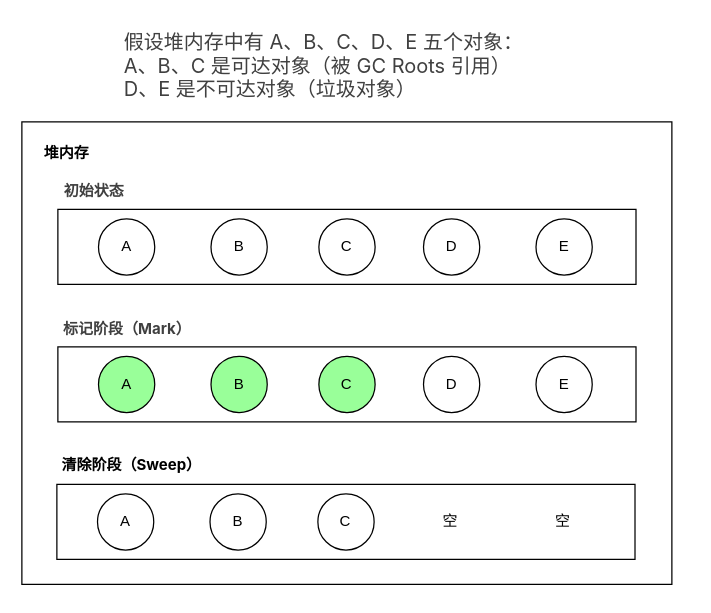
Earlier version of the draw.io diagram algorithm/标记-清除算法.drawio (abigalexy/online_drawing). Source tidied: cells renumbered, new cells numbered last; positions are measured from the earlier drawing's top-left corner, leaving out a move shared by most shapes. Both pictures are drawn from the tidied source at 125%, with x=0, y=0 at pixel (21, 21).
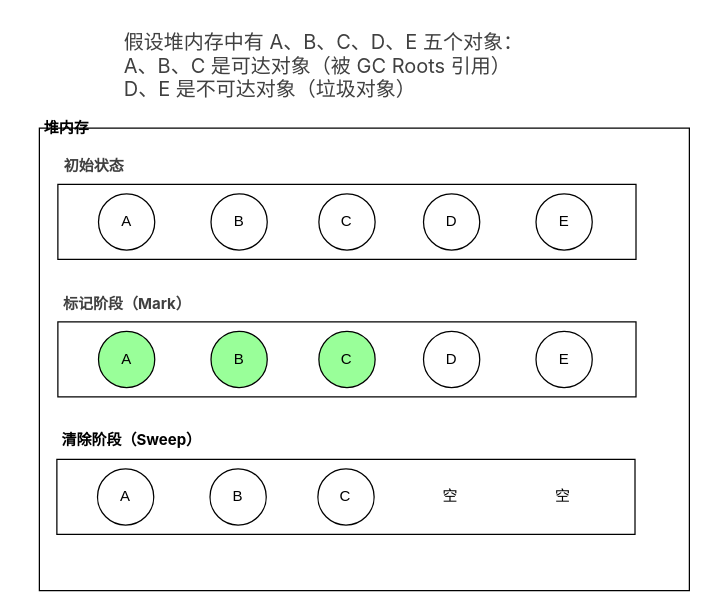
The same diagram, later.

Commit message:
已添加 标记-清除算法.drawio

The edit, as a diff of the source:
```diff
@@
-    <mxCell id="2" style="rounded=0;whiteSpace=wrap;html=1;" parent="1" vertex="1">
-      <mxGeometry y="80" width="520" height="370" as="geometry" />
-    </mxCell>
+    <mxCell id="19" value="&lt;p style=&quot;margin: calc(var(--ds-md-zoom)*12px)0; font-size: 16.002px; line-height: var(--ds-md-line-height); color: rgb(64, 64, 64); font-family: quote-cjk-patch, Inter, system-ui, -apple-system, BlinkMacSystemFont, &amp;quot;Segoe UI&amp;quot;, Roboto, &amp;quot;Noto Sans&amp;quot;, Ubuntu, Cantarell, &amp;quot;Helvetica Neue&amp;quot;, Oxygen, &amp;quot;Open Sans&amp;quot;, sans-serif; background-color: rgb(255, 255, 255);&quot; class=&quot;ds-markdown-paragraph&quot;&gt;假设堆内存中有&amp;nbsp;A、B、C、D、E&amp;nbsp;五个对象：&lt;/p&gt;&lt;p style=&quot;margin: calc(var(--ds-md-zoom)*12px)0; font-size: 16.002px; line-height: var(--ds-md-line-height); color: rgb(64, 64, 64); font-family: quote-cjk-patch, Inter, system-ui, -apple-system, BlinkMacSystemFont, &amp;quot;Segoe UI&amp;quot;, Roboto, &amp;quot;Noto Sans&amp;quot;, Ubuntu, Cantarell, &amp;quot;Helvetica Neue&amp;quot;, Oxygen, &amp;quot;Open Sans&amp;quot;, sans-serif; background-color: rgb(255, 255, 255);&quot; class=&quot;ds-markdown-paragraph&quot;&gt;&lt;span style=&quot;font-size: var(--ds-md-font-size);&quot;&gt;A、B、C&amp;nbsp;是可达对象（被 GC Roots 引用）&lt;/span&gt;&lt;/p&gt;&lt;p style=&quot;margin: calc(var(--ds-md-zoom)*12px)0; font-size: 16.002px; line-height: var(--ds-md-line-height); color: rgb(64, 64, 64); font-family: quote-cjk-patch, Inter, system-ui, -apple-system, BlinkMacSystemFont, &amp;quot;Segoe UI&amp;quot;, Roboto, &amp;quot;Noto Sans&amp;quot;, Ubuntu, Cantarell, &amp;quot;Helvetica Neue&amp;quot;, Oxygen, &amp;quot;Open Sans&amp;quot;, sans-serif; background-color: rgb(255, 255, 255);&quot; class=&quot;ds-markdown-paragraph&quot;&gt;&lt;span style=&quot;font-size: var(--ds-md-font-size);&quot;&gt;D、E&amp;nbsp;是不可达对象（垃圾对象）&lt;/span&gt;&lt;/p&gt;" style="text;strokeColor=none;align=left;fillColor=none;html=1;verticalAlign=middle;whiteSpace=wrap;rounded=0;" parent="1" vertex="1">
+      <mxGeometry x="80" width="360" height="70" as="geometry" />
+    </mxCell>
+    <mxCell id="42" style="group;" parent="1" vertex="1">
+      <mxGeometry y="60" width="520" height="370" as="geometry" />
+    </mxCell>
+    <mxCell id="43" style="rounded=0;whiteSpace=wrap;html=1;" parent="42" vertex="1">
+      <mxGeometry x="14" y="25" width="520" height="370" as="geometry" />
+    </mxCell>
-    <mxCell id="3" value="&lt;b&gt;堆内存&lt;/b&gt;" style="text;strokeColor=none;align=center;fillColor=none;html=1;verticalAlign=middle;whiteSpace=wrap;rounded=0;" parent="1" vertex="1">
-      <mxGeometry x="6" y="90" width="60" height="30" as="geometry" />
+    <mxCell id="3" value="&lt;b&gt;堆内存&lt;/b&gt;" style="text;strokeColor=none;align=center;fillColor=none;html=1;verticalAlign=middle;whiteSpace=wrap;rounded=0;" parent="42" vertex="1">
+      <mxGeometry x="6" y="10" width="60" height="30" as="geometry" />
     </mxCell>
-    <mxCell id="4" style="group;" parent="1" vertex="1">
-      <mxGeometry x="28.8" y="150" width="462.5" height="60" as="geometry" />
-    </mxCell>
-    <mxCell id="5" style="rounded=0;whiteSpace=wrap;html=1;" parent="4" vertex="1">
-      <mxGeometry width="462.5" height="60" as="geometry" />
-    </mxCell>
-    <mxCell id="6" style="ellipse;whiteSpace=wrap;html=1;" parent="4" vertex="1">
-      <mxGeometry x="32.5" y="7.5" width="45" height="45" as="geometry" />
-    </mxCell>
-    <mxCell id="7" style="ellipse;whiteSpace=wrap;html=1;" parent="4" vertex="1">
-      <mxGeometry x="122.5" y="7.5" width="45" height="45" as="geometry" />
-    </mxCell>
-    <mxCell id="8" style="ellipse;whiteSpace=wrap;html=1;" parent="4" vertex="1">
-      <mxGeometry x="208.8" y="7.5" width="45" height="45" as="geometry" />
-    </mxCell>
-    <mxCell id="9" style="ellipse;whiteSpace=wrap;html=1;" parent="4" vertex="1">
-      <mxGeometry x="292.5" y="7.5" width="45" height="45" as="geometry" />
-    </mxCell>
-    <mxCell id="10" style="ellipse;whiteSpace=wrap;html=1;" parent="4" vertex="1">
-      <mxGeometry x="382.5" y="7.5" width="45" height="45" as="geometry" />
-    </mxCell>
-    <mxCell id="11" value="A" style="text;strokeColor=none;align=center;fillColor=none;html=1;verticalAlign=middle;whiteSpace=wrap;rounded=0;" parent="4" vertex="1">
-      <mxGeometry x="40" y="15" width="30" height="30" as="geometry" />
-    </mxCell>
-    <mxCell id="12" value="B" style="text;strokeColor=none;align=center;fillColor=none;html=1;verticalAlign=middle;whiteSpace=wrap;rounded=0;" parent="4" vertex="1">
-      <mxGeometry x="130" y="15" width="30" height="30" as="geometry" />
-    </mxCell>
-    <mxCell id="13" value="C" style="text;strokeColor=none;align=center;fillColor=none;html=1;verticalAlign=middle;whiteSpace=wrap;rounded=0;" parent="4" vertex="1">
-      <mxGeometry x="216.2" y="15" width="30" height="30" as="geometry" />
-    </mxCell>
-    <mxCell id="14" value="D" style="text;strokeColor=none;align=center;fillColor=none;html=1;verticalAlign=middle;whiteSpace=wrap;rounded=0;" parent="4" vertex="1">
-      <mxGeometry x="300" y="15" width="30" height="30" as="geometry" />
-    </mxCell>
-    <mxCell id="15" value="E" style="text;strokeColor=none;align=center;fillColor=none;html=1;verticalAlign=middle;whiteSpace=wrap;rounded=0;" parent="4" vertex="1">
-      <mxGeometry x="390" y="15" width="30" height="30" as="geometry" />
-    </mxCell>
+    <mxCell id="44" style="group;" parent="42" vertex="1">
+      <mxGeometry x="28.8" y="70" width="462.5" height="60" as="geometry" />
+    </mxCell>
+    <mxCell id="45" style="rounded=0;whiteSpace=wrap;html=1;" parent="44" vertex="1">
+      <mxGeometry width="462.5" height="60" as="geometry" />
+    </mxCell>
+    <mxCell id="46" style="ellipse;whiteSpace=wrap;html=1;" parent="44" vertex="1">
+      <mxGeometry x="32.5" y="7.5" width="45" height="45" as="geometry" />
+    </mxCell>
+    <mxCell id="47" style="ellipse;whiteSpace=wrap;html=1;" parent="44" vertex="1">
+      <mxGeometry x="122.5" y="7.5" width="45" height="45" as="geometry" />
+    </mxCell>
+    <mxCell id="48" style="ellipse;whiteSpace=wrap;html=1;" parent="44" vertex="1">
+      <mxGeometry x="208.8" y="7.5" width="45" height="45" as="geometry" />
+    </mxCell>
+    <mxCell id="49" style="ellipse;whiteSpace=wrap;html=1;" parent="44" vertex="1">
+      <mxGeometry x="292.5" y="7.5" width="45" height="45" as="geometry" />
+    </mxCell>
+    <mxCell id="50" style="ellipse;whiteSpace=wrap;html=1;" parent="44" vertex="1">
+      <mxGeometry x="382.5" y="7.5" width="45" height="45" as="geometry" />
+    </mxCell>
+    <mxCell id="51" value="A" style="text;strokeColor=none;align=center;fillColor=none;html=1;verticalAlign=middle;whiteSpace=wrap;rounded=0;" parent="44" vertex="1">
+      <mxGeometry x="40" y="15" width="30" height="30" as="geometry" />
+    </mxCell>
+    <mxCell id="52" value="B" style="text;strokeColor=none;align=center;fillColor=none;html=1;verticalAlign=middle;whiteSpace=wrap;rounded=0;" parent="44" vertex="1">
+      <mxGeometry x="130" y="15" width="30" height="30" as="geometry" />
+    </mxCell>
+    <mxCell id="53" value="C" style="text;strokeColor=none;align=center;fillColor=none;html=1;verticalAlign=middle;whiteSpace=wrap;rounded=0;" parent="44" vertex="1">
+      <mxGeometry x="216.2" y="15" width="30" height="30" as="geometry" />
+    </mxCell>
+    <mxCell id="54" value="D" style="text;strokeColor=none;align=center;fillColor=none;html=1;verticalAlign=middle;whiteSpace=wrap;rounded=0;" parent="44" vertex="1">
+      <mxGeometry x="300" y="15" width="30" height="30" as="geometry" />
+    </mxCell>
+    <mxCell id="55" value="E" style="text;strokeColor=none;align=center;fillColor=none;html=1;verticalAlign=middle;whiteSpace=wrap;rounded=0;" parent="44" vertex="1">
+      <mxGeometry x="390" y="15" width="30" height="30" as="geometry" />
+    </mxCell>
-    <mxCell id="16" value="&lt;h3 style=&quot;line-height: 1.5; margin: calc(var(--ds-md-zoom)*16px)0 calc(var(--ds-md-zoom)*12px)0; text-align: start; background-color: rgb(255, 255, 255); color: rgb(64, 64, 64);&quot;&gt;&lt;font face=&quot;quote-cjk-patch, Inter, system-ui, -apple-system, BlinkMacSystemFont, Segoe UI, Roboto, Noto Sans, Ubuntu, Cantarell, Helvetica Neue, Oxygen, Open Sans, sans-serif&quot; color=&quot;#404040&quot;&gt;&lt;span style=&quot;font-size: 12px;&quot;&gt;初始状态&lt;/span&gt;&lt;/font&gt;&lt;br&gt;&lt;/h3&gt;" style="text;strokeColor=none;align=center;fillColor=none;html=1;verticalAlign=middle;whiteSpace=wrap;rounded=0;" parent="1" vertex="1">
-      <mxGeometry x="28" y="120" width="60" height="30" as="geometry" />
+    <mxCell id="16" value="&lt;h3 style=&quot;line-height: 1.5; margin: calc(var(--ds-md-zoom)*16px)0 calc(var(--ds-md-zoom)*12px)0; text-align: start; background-color: rgb(255, 255, 255); color: rgb(64, 64, 64);&quot;&gt;&lt;font face=&quot;quote-cjk-patch, Inter, system-ui, -apple-system, BlinkMacSystemFont, Segoe UI, Roboto, Noto Sans, Ubuntu, Cantarell, Helvetica Neue, Oxygen, Open Sans, sans-serif&quot; color=&quot;#404040&quot;&gt;&lt;span style=&quot;font-size: 12px;&quot;&gt;初始状态&lt;/span&gt;&lt;/font&gt;&lt;br&gt;&lt;/h3&gt;" style="text;strokeColor=none;align=center;fillColor=none;html=1;verticalAlign=middle;whiteSpace=wrap;rounded=0;" parent="42" vertex="1">
+      <mxGeometry x="28" y="40" width="60" height="30" as="geometry" />
     </mxCell>
-    <mxCell id="17" value="&lt;h3 style=&quot;line-height: 1.5; margin: calc(var(--ds-md-zoom)*16px)0 calc(var(--ds-md-zoom)*12px)0; text-align: start; background-color: rgb(255, 255, 255); color: rgb(64, 64, 64);&quot;&gt;&lt;font face=&quot;quote-cjk-patch, Inter, system-ui, -apple-system, BlinkMacSystemFont, Segoe UI, Roboto, Noto Sans, Ubuntu, Cantarell, Helvetica Neue, Oxygen, Open Sans, sans-serif&quot; color=&quot;#404040&quot;&gt;&lt;span style=&quot;font-size: 12px;&quot;&gt;标记阶段（Mark）&lt;/span&gt;&lt;/font&gt;&lt;br&gt;&lt;/h3&gt;" style="text;strokeColor=none;align=center;fillColor=none;html=1;verticalAlign=middle;whiteSpace=wrap;rounded=0;" parent="1" vertex="1">
-      <mxGeometry x="28" y="230" width="112.5" height="30" as="geometry" />
+    <mxCell id="17" value="&lt;h3 style=&quot;line-height: 1.5; margin: calc(var(--ds-md-zoom)*16px)0 calc(var(--ds-md-zoom)*12px)0; text-align: start; background-color: rgb(255, 255, 255); color: rgb(64, 64, 64);&quot;&gt;&lt;font face=&quot;quote-cjk-patch, Inter, system-ui, -apple-system, BlinkMacSystemFont, Segoe UI, Roboto, Noto Sans, Ubuntu, Cantarell, Helvetica Neue, Oxygen, Open Sans, sans-serif&quot; color=&quot;#404040&quot;&gt;&lt;span style=&quot;font-size: 12px;&quot;&gt;标记阶段（Mark）&lt;/span&gt;&lt;/font&gt;&lt;br&gt;&lt;/h3&gt;" style="text;strokeColor=none;align=center;fillColor=none;html=1;verticalAlign=middle;whiteSpace=wrap;rounded=0;" parent="42" vertex="1">
+      <mxGeometry x="28" y="150" width="112.5" height="30" as="geometry" />
     </mxCell>
-    <mxCell id="18" value="&lt;font face=&quot;quote-cjk-patch, Inter, system-ui, -apple-system, BlinkMacSystemFont, Segoe UI, Roboto, Noto Sans, Ubuntu, Cantarell, Helvetica Neue, Oxygen, Open Sans, sans-serif&quot;&gt;&lt;b&gt;清除阶段（Sweep）&lt;/b&gt;&lt;/font&gt;" style="text;strokeColor=none;align=center;fillColor=none;html=1;verticalAlign=middle;whiteSpace=wrap;rounded=0;" parent="1" vertex="1">
-      <mxGeometry x="28" y="340" width="120" height="30" as="geometry" />
+    <mxCell id="18" value="&lt;font face=&quot;quote-cjk-patch, Inter, system-ui, -apple-system, BlinkMacSystemFont, Segoe UI, Roboto, Noto Sans, Ubuntu, Cantarell, Helvetica Neue, Oxygen, Open Sans, sans-serif&quot;&gt;&lt;b&gt;清除阶段（Sweep）&lt;/b&gt;&lt;/font&gt;" style="text;strokeColor=none;align=center;fillColor=none;html=1;verticalAlign=middle;whiteSpace=wrap;rounded=0;" parent="42" vertex="1">
+      <mxGeometry x="28" y="260" width="120" height="30" as="geometry" />
     </mxCell>
-    <mxCell id="19" value="&lt;p style=&quot;margin: calc(var(--ds-md-zoom)*12px)0; font-size: 16.002px; line-height: var(--ds-md-line-height); color: rgb(64, 64, 64); font-family: quote-cjk-patch, Inter, system-ui, -apple-system, BlinkMacSystemFont, &amp;quot;Segoe UI&amp;quot;, Roboto, &amp;quot;Noto Sans&amp;quot;, Ubuntu, Cantarell, &amp;quot;Helvetica Neue&amp;quot;, Oxygen, &amp;quot;Open Sans&amp;quot;, sans-serif; background-color: rgb(255, 255, 255);&quot; class=&quot;ds-markdown-paragraph&quot;&gt;假设堆内存中有&amp;nbsp;A、B、C、D、E&amp;nbsp;五个对象：&lt;/p&gt;&lt;p style=&quot;margin: calc(var(--ds-md-zoom)*12px)0; font-size: 16.002px; line-height: var(--ds-md-line-height); color: rgb(64, 64, 64); font-family: quote-cjk-patch, Inter, system-ui, -apple-system, BlinkMacSystemFont, &amp;quot;Segoe UI&amp;quot;, Roboto, &amp;quot;Noto Sans&amp;quot;, Ubuntu, Cantarell, &amp;quot;Helvetica Neue&amp;quot;, Oxygen, &amp;quot;Open Sans&amp;quot;, sans-serif; background-color: rgb(255, 255, 255);&quot; class=&quot;ds-markdown-paragraph&quot;&gt;&lt;span style=&quot;font-size: var(--ds-md-font-size);&quot;&gt;A、B、C&amp;nbsp;是可达对象（被 GC Roots 引用）&lt;/span&gt;&lt;/p&gt;&lt;p style=&quot;margin: calc(var(--ds-md-zoom)*12px)0; font-size: 16.002px; line-height: var(--ds-md-line-height); color: rgb(64, 64, 64); font-family: quote-cjk-patch, Inter, system-ui, -apple-system, BlinkMacSystemFont, &amp;quot;Segoe UI&amp;quot;, Roboto, &amp;quot;Noto Sans&amp;quot;, Ubuntu, Cantarell, &amp;quot;Helvetica Neue&amp;quot;, Oxygen, &amp;quot;Open Sans&amp;quot;, sans-serif; background-color: rgb(255, 255, 255);&quot; class=&quot;ds-markdown-paragraph&quot;&gt;&lt;span style=&quot;font-size: var(--ds-md-font-size);&quot;&gt;D、E&amp;nbsp;是不可达对象（垃圾对象）&lt;/span&gt;&lt;/p&gt;" style="text;strokeColor=none;align=left;fillColor=none;html=1;verticalAlign=middle;whiteSpace=wrap;rounded=0;" parent="1" vertex="1">
-      <mxGeometry x="80" width="360" height="70" as="geometry" />
-    </mxCell>
-    <mxCell id="20" style="group;" parent="1" vertex="1">
-      <mxGeometry x="28.8" y="260" width="462.5" height="60" as="geometry" />
-    </mxCell>
-    <mxCell id="21" style="rounded=0;whiteSpace=wrap;html=1;" parent="20" vertex="1">
-      <mxGeometry width="462.5" height="60" as="geometry" />
-    </mxCell>
+    <mxCell id="56" style="group;" parent="42" vertex="1">
+      <mxGeometry x="28.8" y="180" width="462.5" height="60" as="geometry" />
+    </mxCell>
+    <mxCell id="57" style="rounded=0;whiteSpace=wrap;html=1;" parent="56" vertex="1">
+      <mxGeometry width="462.5" height="60" as="geometry" />
+    </mxCell>
-    <mxCell id="22" style="ellipse;whiteSpace=wrap;html=1;fillColor=#99FF99;" parent="20" vertex="1">
+    <mxCell id="22" style="ellipse;whiteSpace=wrap;html=1;fillColor=#99FF99;" parent="56" vertex="1">
       <mxGeometry x="32.5" y="7.5" width="45" height="45" as="geometry" />
     </mxCell>
-    <mxCell id="23" style="ellipse;whiteSpace=wrap;html=1;fillColor=#99FF99;" parent="20" vertex="1">
+    <mxCell id="23" style="ellipse;whiteSpace=wrap;html=1;fillColor=#99FF99;" parent="56" vertex="1">
       <mxGeometry x="122.5" y="7.5" width="45" height="45" as="geometry" />
     </mxCell>
-    <mxCell id="24" style="ellipse;whiteSpace=wrap;html=1;fillColor=#99FF99;" parent="20" vertex="1">
+    <mxCell id="24" style="ellipse;whiteSpace=wrap;html=1;fillColor=#99FF99;" parent="56" vertex="1">
       <mxGeometry x="208.8" y="7.5" width="45" height="45" as="geometry" />
     </mxCell>
-    <mxCell id="25" style="ellipse;whiteSpace=wrap;html=1;" parent="20" vertex="1">
-      <mxGeometry x="292.5" y="7.5" width="45" height="45" as="geometry" />
-    </mxCell>
-    <mxCell id="26" style="ellipse;whiteSpace=wrap;html=1;" parent="20" vertex="1">
-      <mxGeometry x="382.5" y="7.5" width="45" height="45" as="geometry" />
-    </mxCell>
-    <mxCell id="27" value="A" style="text;strokeColor=none;align=center;fillColor=none;html=1;verticalAlign=middle;whiteSpace=wrap;rounded=0;" parent="20" vertex="1">
-      <mxGeometry x="40" y="15" width="30" height="30" as="geometry" />
-    </mxCell>
-    <mxCell id="28" value="B" style="text;strokeColor=none;align=center;fillColor=none;html=1;verticalAlign=middle;whiteSpace=wrap;rounded=0;" parent="20" vertex="1">
-      <mxGeometry x="130" y="15" width="30" height="30" as="geometry" />
-    </mxCell>
-    <mxCell id="29" value="C" style="text;strokeColor=none;align=center;fillColor=none;html=1;verticalAlign=middle;whiteSpace=wrap;rounded=0;" parent="20" vertex="1">
-      <mxGeometry x="216.2" y="15" width="30" height="30" as="geometry" />
-    </mxCell>
-    <mxCell id="30" value="D" style="text;strokeColor=none;align=center;fillColor=none;html=1;verticalAlign=middle;whiteSpace=wrap;rounded=0;" parent="20" vertex="1">
-      <mxGeometry x="300" y="15" width="30" height="30" as="geometry" />
-    </mxCell>
-    <mxCell id="31" value="E" style="text;strokeColor=none;align=center;fillColor=none;html=1;verticalAlign=middle;whiteSpace=wrap;rounded=0;" parent="20" vertex="1">
-      <mxGeometry x="390" y="15" width="30" height="30" as="geometry" />
-    </mxCell>
-    <mxCell id="32" style="group;" parent="1" vertex="1">
-      <mxGeometry x="28" y="370" width="462.5" height="60" as="geometry" />
-    </mxCell>
-    <mxCell id="33" style="rounded=0;whiteSpace=wrap;html=1;" parent="32" vertex="1">
-      <mxGeometry width="462.5" height="60" as="geometry" />
-    </mxCell>
-    <mxCell id="34" style="ellipse;whiteSpace=wrap;html=1;" parent="32" vertex="1">
-      <mxGeometry x="32.5" y="7.5" width="45" height="45" as="geometry" />
-    </mxCell>
-    <mxCell id="35" style="ellipse;whiteSpace=wrap;html=1;" parent="32" vertex="1">
-      <mxGeometry x="122.5" y="7.5" width="45" height="45" as="geometry" />
-    </mxCell>
-    <mxCell id="36" style="ellipse;whiteSpace=wrap;html=1;" parent="32" vertex="1">
-      <mxGeometry x="208.8" y="7.5" width="45" height="45" as="geometry" />
-    </mxCell>
+    <mxCell id="58" style="ellipse;whiteSpace=wrap;html=1;" parent="56" vertex="1">
+      <mxGeometry x="292.5" y="7.5" width="45" height="45" as="geometry" />
+    </mxCell>
+    <mxCell id="59" style="ellipse;whiteSpace=wrap;html=1;" parent="56" vertex="1">
+      <mxGeometry x="382.5" y="7.5" width="45" height="45" as="geometry" />
+    </mxCell>
+    <mxCell id="60" value="A" style="text;strokeColor=none;align=center;fillColor=none;html=1;verticalAlign=middle;whiteSpace=wrap;rounded=0;" parent="56" vertex="1">
+      <mxGeometry x="40" y="15" width="30" height="30" as="geometry" />
+    </mxCell>
+    <mxCell id="61" value="B" style="text;strokeColor=none;align=center;fillColor=none;html=1;verticalAlign=middle;whiteSpace=wrap;rounded=0;" parent="56" vertex="1">
+      <mxGeometry x="130" y="15" width="30" height="30" as="geometry" />
+    </mxCell>
+    <mxCell id="62" value="C" style="text;strokeColor=none;align=center;fillColor=none;html=1;verticalAlign=middle;whiteSpace=wrap;rounded=0;" parent="56" vertex="1">
+      <mxGeometry x="216.2" y="15" width="30" height="30" as="geometry" />
+    </mxCell>
+    <mxCell id="63" value="D" style="text;strokeColor=none;align=center;fillColor=none;html=1;verticalAlign=middle;whiteSpace=wrap;rounded=0;" parent="56" vertex="1">
+      <mxGeometry x="300" y="15" width="30" height="30" as="geometry" />
+    </mxCell>
+    <mxCell id="64" value="E" style="text;strokeColor=none;align=center;fillColor=none;html=1;verticalAlign=middle;whiteSpace=wrap;rounded=0;" parent="56" vertex="1">
+      <mxGeometry x="390" y="15" width="30" height="30" as="geometry" />
+    </mxCell>
+    <mxCell id="65" style="group;" parent="42" vertex="1">
+      <mxGeometry x="28" y="290" width="462.5" height="60" as="geometry" />
+    </mxCell>
+    <mxCell id="66" style="rounded=0;whiteSpace=wrap;html=1;" parent="65" vertex="1">
+      <mxGeometry width="462.5" height="60" as="geometry" />
+    </mxCell>
+    <mxCell id="67" style="ellipse;whiteSpace=wrap;html=1;" parent="65" vertex="1">
+      <mxGeometry x="32.5" y="7.5" width="45" height="45" as="geometry" />
+    </mxCell>
+    <mxCell id="68" style="ellipse;whiteSpace=wrap;html=1;" parent="65" vertex="1">
+      <mxGeometry x="122.5" y="7.5" width="45" height="45" as="geometry" />
+    </mxCell>
+    <mxCell id="69" style="ellipse;whiteSpace=wrap;html=1;" parent="65" vertex="1">
+      <mxGeometry x="208.8" y="7.5" width="45" height="45" as="geometry" />
+    </mxCell>
-    <mxCell id="37" value="空" style="text;strokeColor=none;align=center;fillColor=none;html=1;verticalAlign=middle;whiteSpace=wrap;rounded=0;" parent="32" vertex="1">
+    <mxCell id="37" value="空" style="text;strokeColor=none;align=center;fillColor=none;html=1;verticalAlign=middle;whiteSpace=wrap;rounded=0;" parent="65" vertex="1">
       <mxGeometry x="300" y="15" width="30" height="30" as="geometry" />
     </mxCell>
-    <mxCell id="38" value="空" style="text;strokeColor=none;align=center;fillColor=none;html=1;verticalAlign=middle;whiteSpace=wrap;rounded=0;" parent="32" vertex="1">
+    <mxCell id="38" value="空" style="text;strokeColor=none;align=center;fillColor=none;html=1;verticalAlign=middle;whiteSpace=wrap;rounded=0;" parent="65" vertex="1">
       <mxGeometry x="390" y="15" width="30" height="30" as="geometry" />
     </mxCell>
-    <mxCell id="39" value="A" style="text;strokeColor=none;align=center;fillColor=none;html=1;verticalAlign=middle;whiteSpace=wrap;rounded=0;" parent="32" vertex="1">
-      <mxGeometry x="40" y="15" width="30" height="30" as="geometry" />
-    </mxCell>
-    <mxCell id="40" value="B" style="text;strokeColor=none;align=center;fillColor=none;html=1;verticalAlign=middle;whiteSpace=wrap;rounded=0;" parent="32" vertex="1">
-      <mxGeometry x="130" y="15" width="30" height="30" as="geometry" />
-    </mxCell>
-    <mxCell id="41" value="C" style="text;strokeColor=none;align=center;fillColor=none;html=1;verticalAlign=middle;whiteSpace=wrap;rounded=0;" parent="32" vertex="1">
-      <mxGeometry x="216.2" y="15" width="30" height="30" as="geometry" />
-    </mxCell>
+    <mxCell id="70" value="A" style="text;strokeColor=none;align=center;fillColor=none;html=1;verticalAlign=middle;whiteSpace=wrap;rounded=0;" parent="65" vertex="1">
+      <mxGeometry x="40" y="15" width="30" height="30" as="geometry" />
+    </mxCell>
+    <mxCell id="71" value="B" style="text;strokeColor=none;align=center;fillColor=none;html=1;verticalAlign=middle;whiteSpace=wrap;rounded=0;" parent="65" vertex="1">
+      <mxGeometry x="130" y="15" width="30" height="30" as="geometry" />
+    </mxCell>
+    <mxCell id="72" value="C" style="text;strokeColor=none;align=center;fillColor=none;html=1;verticalAlign=middle;whiteSpace=wrap;rounded=0;" parent="65" vertex="1">
+      <mxGeometry x="216.2" y="15" width="30" height="30" as="geometry" />
+    </mxCell>
```
